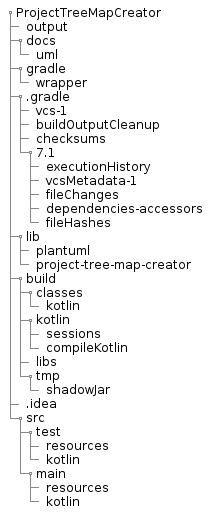
Before: docs/uml/example.png, a diagram exported from PlantUML (tamumasa-job/ProjectTreeMapCreator). Source of this version:
```plantuml
@startsalt
{
{T
+ProjectTreeMapCreator
++ output
++ docs
+++ uml
++ gradle
+++ wrapper
++ .gradle
+++ vcs-1
+++ buildOutputCleanup
+++ checksums
+++ 7.1
++++ executionHistory
++++ vcsMetadata-1
++++ fileChanges
++++ dependencies-accessors
++++ fileHashes
++ lib
+++ plantuml
+++ project-tree-map-creator
++ build
+++ classes
++++ kotlin
+++ kotlin
++++ sessions
++++ compileKotlin
+++ libs
+++ tmp
++++ shadowJar
++ .idea
++ src
+++ test
++++ resources
++++ kotlin
+++ main
++++ resources
++++ kotlin
}
}
@endsalt
```
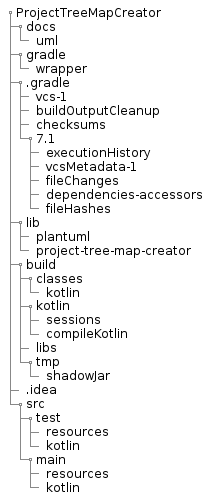
Above is the later version.

Commit message:
:wrench: plantuml用のフォルダを作成

Change to the diagram source:
```diff
@@ -2,7 +2,6 @@
 {
 {T
 +ProjectTreeMapCreator
-++ output
 ++ docs
 +++ uml
 ++ gradle
```
